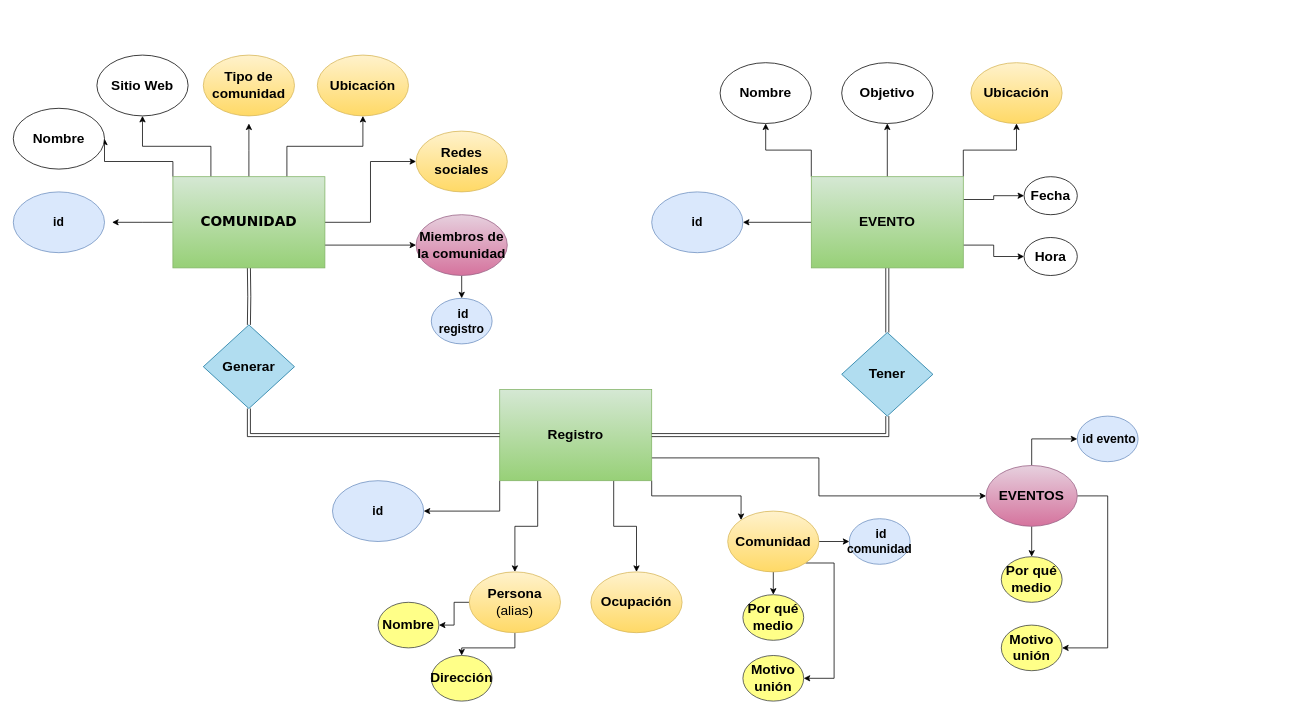
This is page "Page-2" (2 of 4) of Untitled Diagram.drawio from hongomoon/SkillsForWomenInTech, a draw.io file, before an edit. Source tidied: cells renumbered, new cells numbered last; positions are measured from the earlier drawing's top-left corner, leaving out a move shared by most shapes. Both pictures are drawn from the tidied source at 76%, with x=0, y=0 at pixel (13, 55).
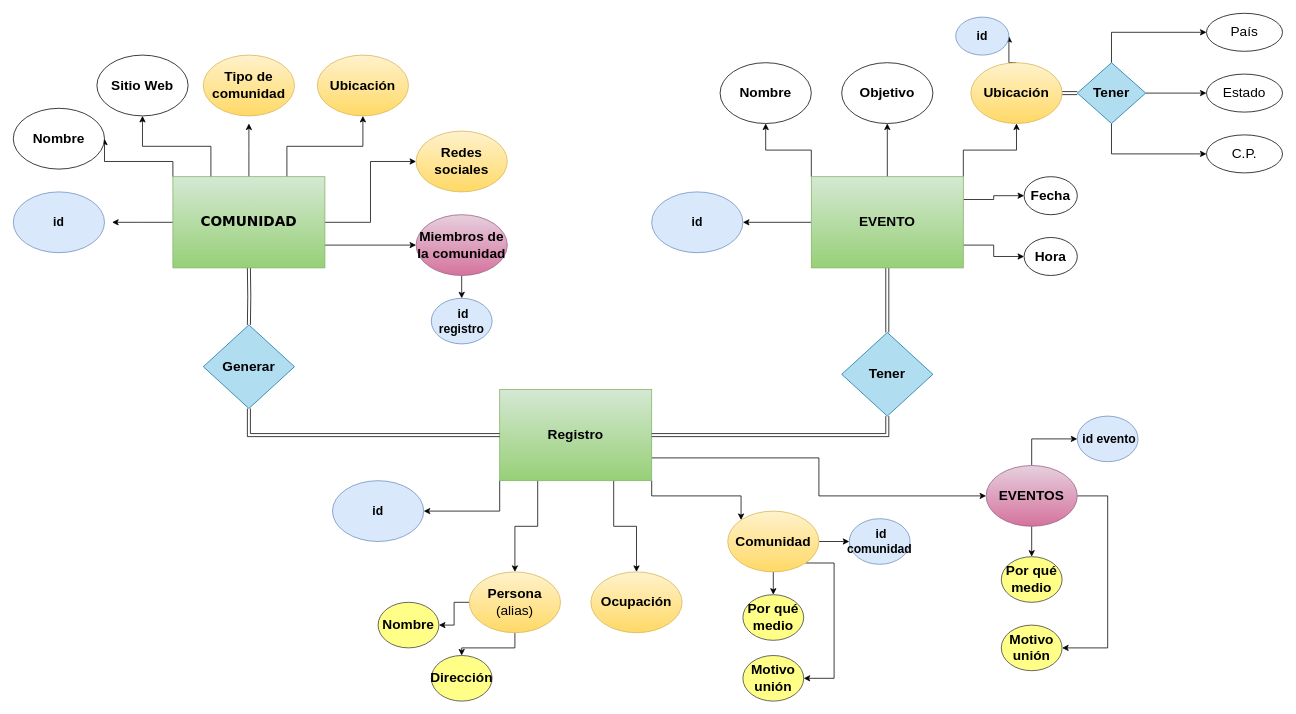
Above is the later version.

Unchanged cells that the change refers to:
```xml
<mxCell id="15" value="&lt;b&gt;Ubicación&lt;/b&gt;" style="ellipse;whiteSpace=wrap;html=1;fontFamily=Helvetica;fontSize=18;fillColor=#fff2cc;gradientColor=#ffd966;strokeColor=#d6b656;" parent="1" vertex="1">
  <mxGeometry x="1260" y="10" width="120" height="80" as="geometry" />
</mxCell>
```

The edit, as a diff of the source:
```diff
@@
+    <mxCell id="66" style="edgeStyle=orthogonalEdgeStyle;rounded=0;jettySize=auto;html=1;exitX=0.5;exitY=0;exitDx=0;exitDy=0;entryX=1;entryY=0.5;entryDx=0;entryDy=0;" parent="1" edge="1" source="15" target="75">
+      <mxGeometry relative="1" as="geometry" />
+    </mxCell>
+    <mxCell id="67" style="edgeStyle=orthogonalEdgeStyle;rounded=0;jettySize=auto;html=1;exitX=1;exitY=0.5;exitDx=0;exitDy=0;entryX=0;entryY=0.5;entryDx=0;entryDy=0;shape=link;" parent="1" edge="1" source="15" target="71">
+      <mxGeometry relative="1" as="geometry" />
+    </mxCell>
@@
+    <mxCell id="68" style="edgeStyle=orthogonalEdgeStyle;rounded=0;jettySize=auto;html=1;exitX=0.5;exitY=0;exitDx=0;exitDy=0;entryX=0;entryY=0.5;entryDx=0;entryDy=0;" parent="1" edge="1" source="71" target="72">
+      <mxGeometry relative="1" as="geometry" />
+    </mxCell>
+    <mxCell id="69" style="edgeStyle=orthogonalEdgeStyle;rounded=0;jettySize=auto;html=1;exitX=1;exitY=0.5;exitDx=0;exitDy=0;entryX=0;entryY=0.5;entryDx=0;entryDy=0;" parent="1" edge="1" source="71" target="73">
+      <mxGeometry relative="1" as="geometry" />
+    </mxCell>
+    <mxCell id="70" style="edgeStyle=orthogonalEdgeStyle;rounded=0;jettySize=auto;html=1;exitX=0.5;exitY=1;exitDx=0;exitDy=0;entryX=0;entryY=0.5;entryDx=0;entryDy=0;" parent="1" edge="1" source="71" target="74">
+      <mxGeometry relative="1" as="geometry" />
+    </mxCell>
+    <mxCell id="71" value="&lt;b&gt;Tener&lt;/b&gt;" style="rhombus;whiteSpace=wrap;html=1;fontFamily=Helvetica;fontSize=18;fillColor=#b1ddf0;strokeColor=#10739e;" parent="1" vertex="1">
+      <mxGeometry x="1400" y="10" width="90" height="80" as="geometry" />
+    </mxCell>
+    <mxCell id="72" value="País" style="ellipse;whiteSpace=wrap;html=1;fontFamily=Helvetica;fontSize=18;" parent="1" vertex="1">
+      <mxGeometry x="1570" y="-55" width="100" height="50" as="geometry" />
+    </mxCell>
+    <mxCell id="73" value="Estado" style="ellipse;whiteSpace=wrap;html=1;fontFamily=Helvetica;fontSize=18;" parent="1" vertex="1">
+      <mxGeometry x="1570" y="25" width="100" height="50" as="geometry" />
+    </mxCell>
+    <mxCell id="74" value="C.P." style="ellipse;whiteSpace=wrap;html=1;fontFamily=Helvetica;fontSize=18;" parent="1" vertex="1">
+      <mxGeometry x="1570" y="105" width="100" height="50" as="geometry" />
+    </mxCell>
+    <mxCell id="75" value="id" style="ellipse;whiteSpace=wrap;fontFamily=Helvetica;fontSize=16;fontStyle=1;fillColor=#dae8fc;strokeColor=#6c8ebf;" parent="1" vertex="1">
+      <mxGeometry x="1240" y="-50" width="70" height="50" as="geometry" />
+    </mxCell>
```
